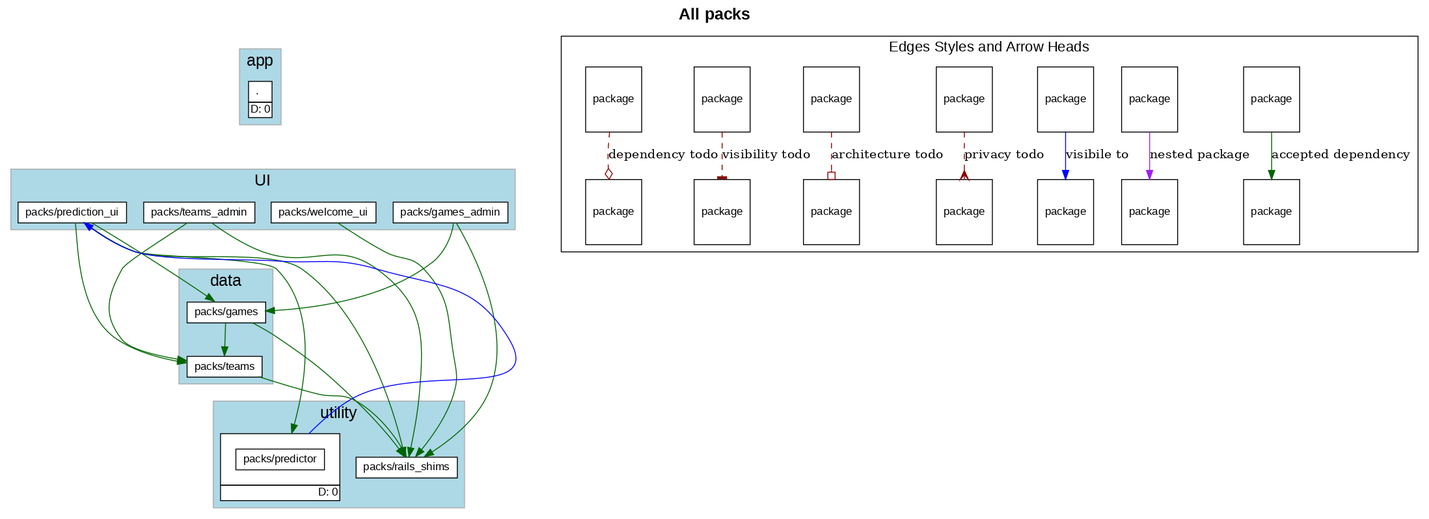
Before: c4s04/sportsball/c4s04_b_fixed.png, a diagram exported from Graphviz (shageman/package-based-rails-applications-book). Its source is kept beside it as c4s04/sportsball/c4s04_b_fixed.dot. Source of this version:
```dot
digraph package_diagram {
  rankdir=TD
  graph [
    labelloc="t"
    fontname="Helvetica,Arial,sans-serif"
    dpi=100
    layout=dot
    label=<<b>All packs</b>>
    fontsize=18
  ]
  node [
    fontname="Helvetica,Arial,sans-serif"
    fontsize=26.0
    fontcolor=black
    fillcolor=white
    color=black
    height=1.0
    style=filled
    shape=plain
  ]
    subgraph app {
      shape=box
      color=darkgrey
      fillcolor=lightblue
      style=filled
        label="app"
        cluster=true
        rank = 0        "." [
            fontsize=12.0
            label= <
                <table border='0' cellborder='1' cellspacing='0' cellpadding='4'>
                  <tr> <td align='left'> . </td> </tr>
                  <tr><td CELLPADDING='1' ALIGN='RIGHT'>D: 0</td></tr>
                </table>
              >
          ]

    }
    subgraph UI {
      shape=box
      color=darkgrey
      fillcolor=lightblue
      style=filled
        label="UI"
        cluster=true
        rank = 1        "packs/games_admin" [
            fontsize=12.0
            label= <
                <table border='0' cellborder='1' cellspacing='0' cellpadding='4'>
                  <tr> <td align='left'> packs/games_admin </td> </tr>
                </table>
              >
          ]

        "packs/prediction_ui" [
            fontsize=12.0
            label= <
                <table border='0' cellborder='1' cellspacing='0' cellpadding='4'>
                  <tr> <td align='left'> packs/prediction_ui </td> </tr>
                </table>
              >
          ]

        "packs/teams_admin" [
            fontsize=12.0
            label= <
                <table border='0' cellborder='1' cellspacing='0' cellpadding='4'>
                  <tr> <td align='left'> packs/teams_admin </td> </tr>
                </table>
              >
          ]

        "packs/welcome_ui" [
            fontsize=12.0
            label= <
                <table border='0' cellborder='1' cellspacing='0' cellpadding='4'>
                  <tr> <td align='left'> packs/welcome_ui </td> </tr>
                </table>
              >
          ]

    }
              "." -> "packs/games_admin" [ style=invis ]
              "." -> "packs/prediction_ui" [ style=invis ]
              "." -> "packs/teams_admin" [ style=invis ]
              "." -> "packs/welcome_ui" [ style=invis ]
    subgraph data {
      shape=box
      color=darkgrey
      fillcolor=lightblue
      style=filled
        label="data"
        cluster=true
        rank = 2        "packs/games" [
            fontsize=12.0
            label= <
                <table border='0' cellborder='1' cellspacing='0' cellpadding='4'>
                  <tr> <td align='left'> packs/games </td> </tr>
                </table>
              >
          ]

        "packs/teams" [
            fontsize=12.0
            label= <
                <table border='0' cellborder='1' cellspacing='0' cellpadding='4'>
                  <tr> <td align='left'> packs/teams </td> </tr>
                </table>
              >
          ]

    }
              "packs/games_admin" -> "packs/games" [ style=invis ]
              "packs/prediction_ui" -> "packs/games" [ style=invis ]
              "packs/teams_admin" -> "packs/games" [ style=invis ]
              "packs/welcome_ui" -> "packs/games" [ style=invis ]
              "packs/games_admin" -> "packs/teams" [ style=invis ]
              "packs/prediction_ui" -> "packs/teams" [ style=invis ]
              "packs/teams_admin" -> "packs/teams" [ style=invis ]
              "packs/welcome_ui" -> "packs/teams" [ style=invis ]
    subgraph utility {
      shape=box
      color=darkgrey
      fillcolor=lightblue
      style=filled
        label="utility"
        cluster=true
        rank = 3        "packs/predictor" [
            fontsize=12.0
            label= <
                <table border='0' cellborder='1' cellspacing='0' cellpadding='16'><tr><td>
                  <table border='0' cellborder='1' cellspacing='0' cellpadding='4'>
                    <tr> <td port='private'> packs/predictor </td> </tr>
                  </table>
                  </td></tr>
                  <tr><td CELLPADDING='1' ALIGN='RIGHT'>D: 0</td></tr>
                  </table>
              >
          ]

        "packs/rails_shims" [
            fontsize=12.0
            label= <
                <table border='0' cellborder='1' cellspacing='0' cellpadding='4'>
                  <tr> <td align='left'> packs/rails_shims </td> </tr>
                </table>
              >
          ]

    }
              "packs/games" -> "packs/predictor" [ style=invis ]
              "packs/teams" -> "packs/predictor" [ style=invis ]
              "packs/games" -> "packs/rails_shims" [ style=invis ]
              "packs/teams" -> "packs/rails_shims" [ style=invis ]
    subgraph NotInLayer {
      shape=box
      color=darkgrey
      fillcolor=lightblue
      style=filled
        cluster=false
    }
          "packs/games" -> "packs/rails_shims" [ color=darkgreen ]
          "packs/games" -> "packs/teams" [ color=darkgreen ]
          "packs/games_admin" -> "packs/games" [ color=darkgreen ]
          "packs/games_admin" -> "packs/rails_shims" [ color=darkgreen ]
          "packs/prediction_ui" -> "packs/games" [ color=darkgreen ]
          "packs/prediction_ui" -> "packs/predictor" [ color=darkgreen ]
          "packs/prediction_ui" -> "packs/rails_shims" [ color=darkgreen ]
          "packs/prediction_ui" -> "packs/teams" [ color=darkgreen ]
          "packs/teams" -> "packs/rails_shims" [ color=darkgreen ]
          "packs/teams_admin" -> "packs/rails_shims" [ color=darkgreen ]
          "packs/teams_admin" -> "packs/teams" [ color=darkgreen ]
          "packs/welcome_ui" -> "packs/rails_shims" [ color=darkgreen ]
        "packs/predictor" -> "packs/prediction_ui" [ color=blue constraint=false ]
    subgraph cluster_legend {
      fontsize=16
      label="Edges Styles and Arrow Heads"
      A [ fontsize=12 shape=box label="package"]
      B [ fontsize=12 shape=box label="package"]
      A -> B [label="accepted dependency" color=darkgreen]
      K [ fontsize=12 shape=box label="package"]
      L [ fontsize=12 shape=box label="package"]
      K -> L [label="nested package" color=purple]
      M [ fontsize=12 shape=box label="package"]
      N [ fontsize=12 shape=box label="package"]
      M -> N [label="visibile to" color=blue]
      C [ fontsize=12 shape=box label="package"]
      D [ fontsize=12 shape=box label="package"]
      C -> D [label="privacy todo" color=darkred style=dashed arrowhead=crow]
      E [ fontsize=12 shape=box label="package"]
      F [ fontsize=12 shape=box label="package"]
      E -> F [label="architecture todo" color=darkred style=dashed arrowhead=obox]
      G [ fontsize=12 shape=box label="package"]
      H [ fontsize=12 shape=box label="package"]
      G -> H [label="visibility todo" color=darkred style=dashed arrowhead=tee]
      I [ fontsize=12 shape=box label="package"]
      J [ fontsize=12 shape=box label="package"]
      I -> J [label="dependency todo" color=darkred style=dashed arrowhead=odiamond]
      LEGEND_NODE_1 [ label="" peripheries=0 height=0 width=0 style=invis ]
      LEGEND_NODE_2 [ label="" peripheries=0 height=0 width=0 style=invis ]
      LEGEND_NODE_1 -> LEGEND_NODE_2 [ style=invis ]
    }
  subgraph cluster_teams_legend {
    fontsize=16
    label="Team Colors"


  }
    LEGEND_NODE_2 -> "" [style=invis]
}
```
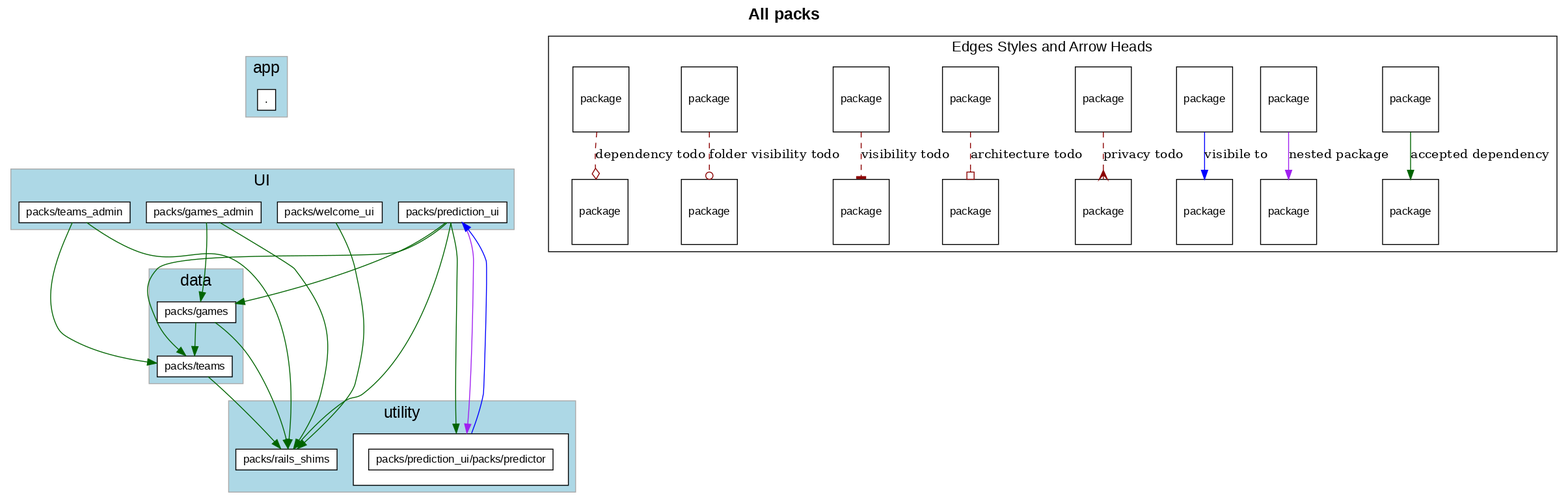
The same diagram one commit later.

Change to the diagram source:
```diff
@@ -5,7 +5,7 @@
     fontname="Helvetica,Arial,sans-serif"
     dpi=100
     layout=dot
-    label=<<b>All packs</b>>
+    label=<<b>All packs</b><br/>>
     fontsize=18
   ]
   node [
@@ -30,7 +30,6 @@
             label= <
                 <table border='0' cellborder='1' cellspacing='0' cellpadding='4'>
                   <tr> <td align='left'> . </td> </tr>
-                  <tr><td CELLPADDING='1' ALIGN='RIGHT'>D: 0</td></tr>
                 </table>
               >
           ]
@@ -125,15 +124,14 @@
       style=filled
         label="utility"
         cluster=true
-        rank = 3        "packs/predictor" [
+        rank = 3        "packs/prediction_ui/packs/predictor" [
             fontsize=12.0
             label= <
                 <table border='0' cellborder='1' cellspacing='0' cellpadding='16'><tr><td>
                   <table border='0' cellborder='1' cellspacing='0' cellpadding='4'>
-                    <tr> <td port='private'> packs/predictor </td> </tr>
+                    <tr> <td port='private'> packs/prediction_ui/packs/predictor </td> </tr>
                   </table>
                   </td></tr>
-                  <tr><td CELLPADDING='1' ALIGN='RIGHT'>D: 0</td></tr>
                   </table>
               >
           ]
@@ -148,8 +146,8 @@
           ]
 
     }
-              "packs/games" -> "packs/predictor" [ style=invis ]
-              "packs/teams" -> "packs/predictor" [ style=invis ]
+              "packs/games" -> "packs/prediction_ui/packs/predictor" [ style=invis ]
+              "packs/teams" -> "packs/prediction_ui/packs/predictor" [ style=invis ]
               "packs/games" -> "packs/rails_shims" [ style=invis ]
               "packs/teams" -> "packs/rails_shims" [ style=invis ]
     subgraph NotInLayer {
@@ -164,26 +162,27 @@
           "packs/games_admin" -> "packs/games" [ color=darkgreen ]
           "packs/games_admin" -> "packs/rails_shims" [ color=darkgreen ]
           "packs/prediction_ui" -> "packs/games" [ color=darkgreen ]
-          "packs/prediction_ui" -> "packs/predictor" [ color=darkgreen ]
+          "packs/prediction_ui" -> "packs/prediction_ui/packs/predictor" [ color=darkgreen ]
           "packs/prediction_ui" -> "packs/rails_shims" [ color=darkgreen ]
           "packs/prediction_ui" -> "packs/teams" [ color=darkgreen ]
           "packs/teams" -> "packs/rails_shims" [ color=darkgreen ]
           "packs/teams_admin" -> "packs/rails_shims" [ color=darkgreen ]
           "packs/teams_admin" -> "packs/teams" [ color=darkgreen ]
           "packs/welcome_ui" -> "packs/rails_shims" [ color=darkgreen ]
-        "packs/predictor" -> "packs/prediction_ui" [ color=blue constraint=false ]
+          "packs/prediction_ui" -> "packs/prediction_ui/packs/predictor" [ color=purple ]
+        "packs/prediction_ui/packs/predictor" -> "packs/prediction_ui" [ color=blue constraint=false ]
     subgraph cluster_legend {
       fontsize=16
       label="Edges Styles and Arrow Heads"
       A [ fontsize=12 shape=box label="package"]
       B [ fontsize=12 shape=box label="package"]
       A -> B [label="accepted dependency" color=darkgreen]
-      K [ fontsize=12 shape=box label="package"]
-      L [ fontsize=12 shape=box label="package"]
-      K -> L [label="nested package" color=purple]
       M [ fontsize=12 shape=box label="package"]
       N [ fontsize=12 shape=box label="package"]
-      M -> N [label="visibile to" color=blue]
+      M -> N [label="nested package" color=purple]
+      O [ fontsize=12 shape=box label="package"]
+      P [ fontsize=12 shape=box label="package"]
+      O -> P [label="visibile to" color=blue]
       C [ fontsize=12 shape=box label="package"]
       D [ fontsize=12 shape=box label="package"]
       C -> D [label="privacy todo" color=darkred style=dashed arrowhead=crow]
@@ -195,7 +194,10 @@
       G -> H [label="visibility todo" color=darkred style=dashed arrowhead=tee]
       I [ fontsize=12 shape=box label="package"]
       J [ fontsize=12 shape=box label="package"]
-      I -> J [label="dependency todo" color=darkred style=dashed arrowhead=odiamond]
+      I -> J [label="folder visibility todo" color=darkred style=dashed arrowhead=odot]
+      K [ fontsize=12 shape=box label="package"]
+      L [ fontsize=12 shape=box label="package"]
+      K -> L [label="dependency todo" color=darkred style=dashed arrowhead=odiamond]
       LEGEND_NODE_1 [ label="" peripheries=0 height=0 width=0 style=invis ]
       LEGEND_NODE_2 [ label="" peripheries=0 height=0 width=0 style=invis ]
       LEGEND_NODE_1 -> LEGEND_NODE_2 [ style=invis ]
```
